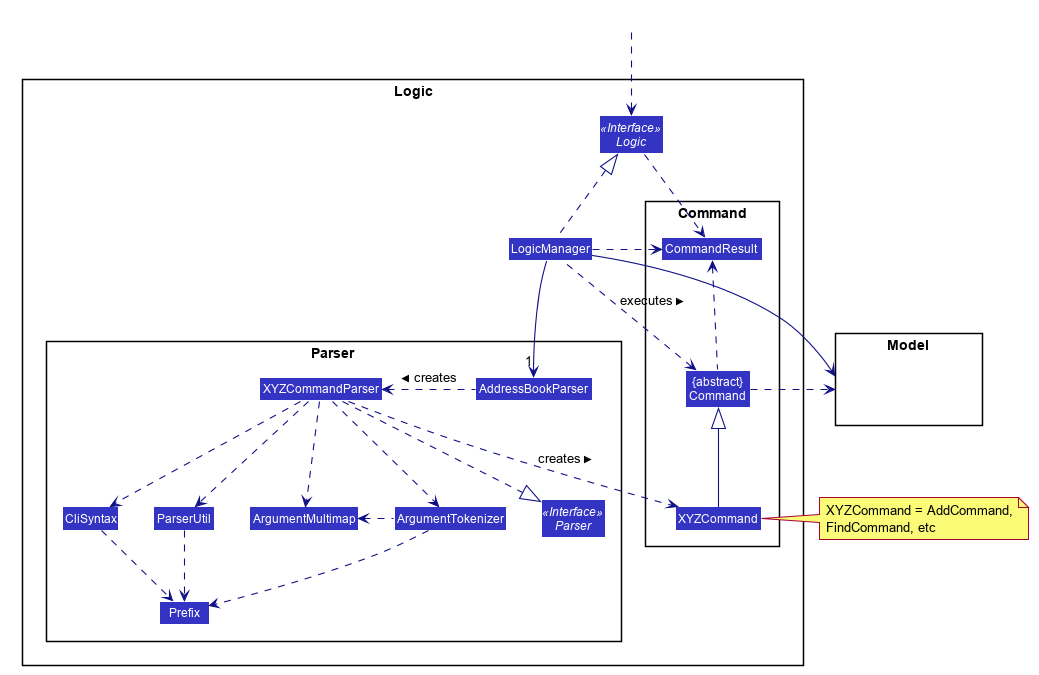
Above: docs/images/LogicClassDiagram.png in nus-cs2103-AY2021S2/tp (PlantUML), before the change.
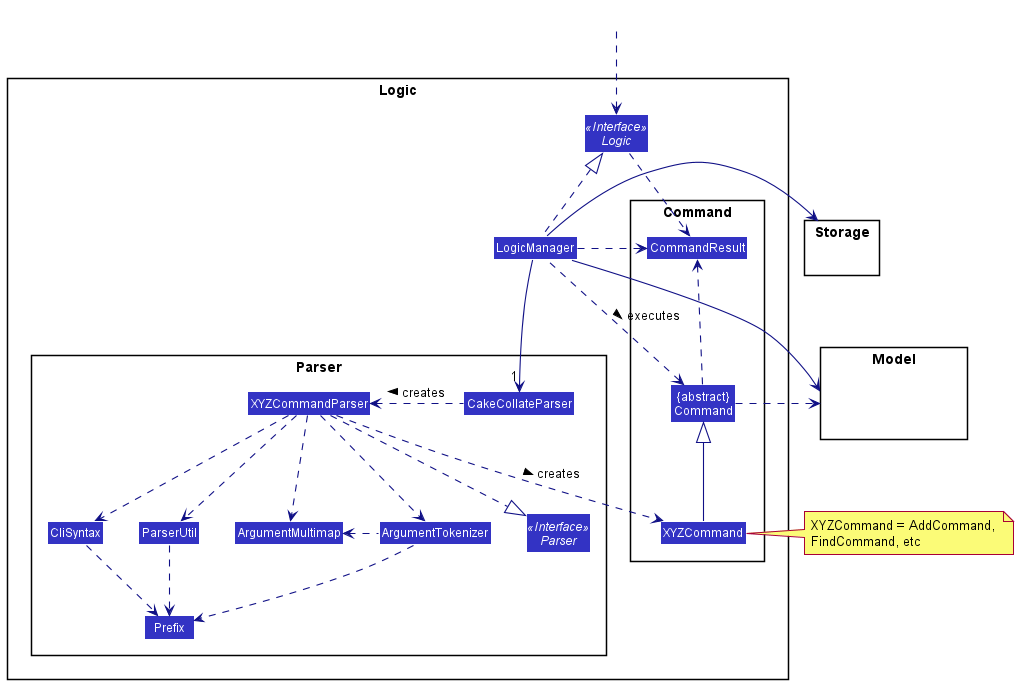
After the commit.

Change to the diagram source:
```diff
@@ -1,61 +1,14 @@
 @startuml
-
-
-
-
-
-
-
-
-skinparam BackgroundColor #FFFFFFF
-
-skinparam Shadowing false
-
-skinparam Class {
-    FontColor #FFFFFF
-    BorderThickness 1
-    BorderColor #FFFFFF
-    StereotypeFontColor #FFFFFF
-    FontName Arial
-}
-
-skinparam Actor {
-    BorderColor #000000
-    Color #000000
-    FontName Arial
-}
-
-skinparam Sequence {
-    MessageAlign center
-    BoxFontSize 15
-    BoxPadding 0
-    BoxFontColor #FFFFFF
-    FontName Arial
-}
-
-skinparam Participant {
-    FontColor #FFFFFFF
-    Padding 20
-}
-
-skinparam MinClassWidth 50
-skinparam ParticipantPadding 10
-skinparam Shadowing false
-skinparam DefaultTextAlignment center
-skinparam packageStyle Rectangle
-
-hide footbox
-hide members
-hide circle
+!include style.puml
 skinparam arrowThickness 1.1
-skinparam arrowColor #101086
-skinparam classBackgroundColor #3333C4
+skinparam arrowColor LOGIC_COLOR_T4
+skinparam classBackgroundColor LOGIC_COLOR
 
 package Logic {
 
 package Parser {
 Interface Parser <<Interface>>
-Class AddressBookParser
+Class CakeCollateParser
 Class XYZCommandParser
 Class CliSyntax
 Class ParserUtil
@@ -78,12 +31,16 @@
 Class HiddenModel #FFFFFF
 }
 
+package Storage{
+Class HiddenModel #FFFFFF
+}
+
 Class HiddenOutside #FFFFFF
 HiddenOutside ..> Logic
 
 LogicManager .up.|> Logic
-LogicManager -->"1" AddressBookParser
-AddressBookParser .left.> XYZCommandParser: creates >
+LogicManager -->"1" CakeCollateParser
+CakeCollateParser .left.> XYZCommandParser: creates >
 
 XYZCommandParser ..> XYZCommand : creates >
 XYZCommandParser ..|> Parser
@@ -98,6 +55,7 @@
 XYZCommand -up-|> Command
 LogicManager .left.> Command : executes >
 
+LogicManager -> Storage
 LogicManager --> Model
 Command .right.> Model
 note right of XYZCommand: XYZCommand = AddCommand, \nFindCommand, etc
```
